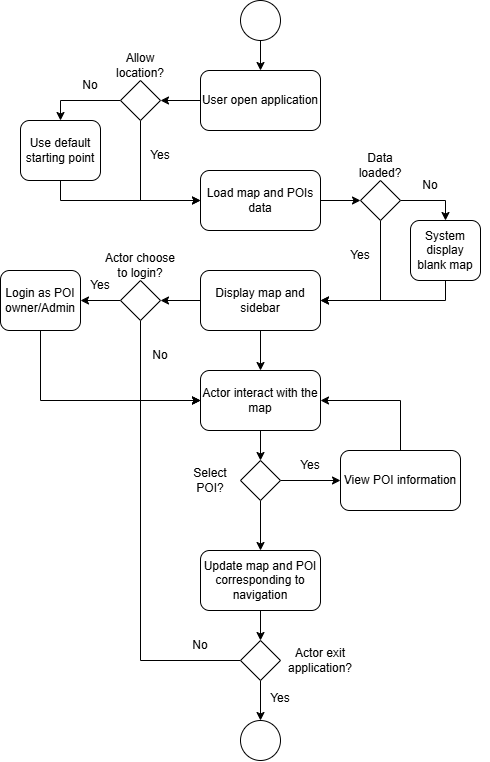
The draw.io diagram PRD/User story/Diagrams/UC2_Activity.png in Noir-Goose/Nhom5_CNPM, before a commit. Source tidied: cells renumbered, new cells last; positions are measured from the earlier drawing's top-left corner, leaving out a move shared by most shapes.
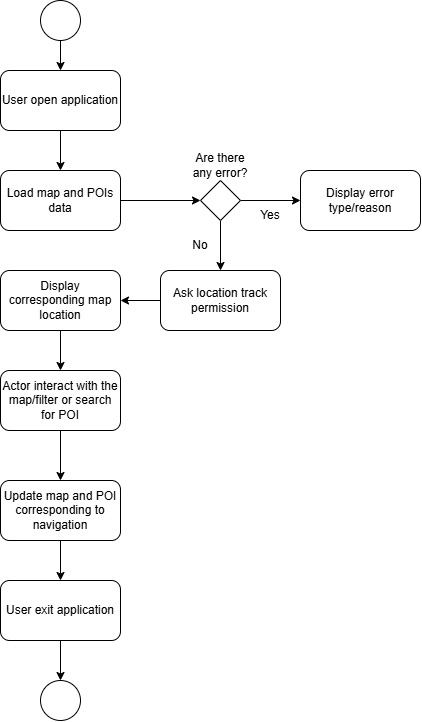
The same file after the commit.

The edit, as a diff of the source:
```diff
@@ -9,162 +9,76 @@
       <mxGeometry x="240" width="40" height="40" as="geometry" />
     </mxCell>
     <mxCell id="4" style="ellipse;whiteSpace=wrap;html=1;shapeInside=1;" parent="1" vertex="1">
-      <mxGeometry x="240" y="720" width="40" height="40" as="geometry" />
+      <mxGeometry x="240" y="680" width="40" height="40" as="geometry" />
     </mxCell>
-    <mxCell id="5" style="edgeStyle=orthogonalEdgeStyle;rounded=0;jettySize=auto;html=1;exitX=0;exitY=0.5;exitDx=0;exitDy=0;entryX=1;entryY=0.5;entryDx=0;entryDy=0;" parent="1" edge="1" source="6" target="9">
-      <mxGeometry relative="1" as="geometry" />
-    </mxCell>
+    <mxCell id="54" style="edgeStyle=orthogonalEdgeStyle;rounded=0;jettySize=auto;html=1;exitX=0.5;exitY=1;exitDx=0;exitDy=0;entryX=0.5;entryY=0;entryDx=0;entryDy=0;" parent="1" edge="1" source="6" target="21">
+      <mxGeometry relative="1" as="geometry" />
+    </mxCell>
     <mxCell id="6" value="User open application" style="rounded=1;whiteSpace=wrap;html=1;roundedPerimeter=1;" parent="1" vertex="1">
       <mxGeometry x="200" y="70" width="120" height="60" as="geometry" />
     </mxCell>
-    <mxCell id="7" style="edgeStyle=orthogonalEdgeStyle;rounded=0;jettySize=auto;html=1;exitX=0.5;exitY=1;exitDx=0;exitDy=0;entryX=0;entryY=0.5;entryDx=0;entryDy=0;" parent="1" edge="1" source="9" target="21">
-      <mxGeometry relative="1" as="geometry" />
-    </mxCell>
-    <mxCell id="8" style="edgeStyle=orthogonalEdgeStyle;rounded=0;jettySize=auto;html=1;exitX=0;exitY=0.5;exitDx=0;exitDy=0;entryX=0.5;entryY=0;entryDx=0;entryDy=0;" parent="1" edge="1" source="9" target="52">
-      <mxGeometry relative="1" as="geometry" />
-    </mxCell>
-    <mxCell id="9" style="rhombus;whiteSpace=wrap;html=1;shapeInside=1;" parent="1" vertex="1">
-      <mxGeometry x="120" y="80" width="40" height="40" as="geometry" />
-    </mxCell>
-    <mxCell id="10" style="edgeStyle=orthogonalEdgeStyle;rounded=0;jettySize=auto;html=1;exitX=0.5;exitY=1;exitDx=0;exitDy=0;entryX=1;entryY=0.5;entryDx=0;entryDy=0;" parent="1" edge="1" source="12" target="24">
-      <mxGeometry relative="1" as="geometry" />
-    </mxCell>
-    <mxCell id="11" style="edgeStyle=orthogonalEdgeStyle;rounded=0;jettySize=auto;html=1;exitX=1;exitY=0.5;exitDx=0;exitDy=0;entryX=0.5;entryY=0;entryDx=0;entryDy=0;" parent="1" edge="1" source="12" target="50">
-      <mxGeometry relative="1" as="geometry" />
-    </mxCell>
-    <mxCell id="12" style="rhombus;whiteSpace=wrap;html=1;shapeInside=1;" parent="1" vertex="1">
-      <mxGeometry x="360" y="180" width="40" height="40" as="geometry" />
-    </mxCell>
-    <mxCell id="13" style="edgeStyle=orthogonalEdgeStyle;rounded=0;jettySize=auto;html=1;exitX=1;exitY=0.5;exitDx=0;exitDy=0;entryX=0;entryY=0.5;entryDx=0;entryDy=0;" parent="1" edge="1" source="15" target="31">
-      <mxGeometry relative="1" as="geometry" />
-    </mxCell>
-    <mxCell id="14" style="edgeStyle=orthogonalEdgeStyle;rounded=0;jettySize=auto;html=1;exitX=0.5;exitY=1;exitDx=0;exitDy=0;entryX=0.5;entryY=0;entryDx=0;entryDy=0;" parent="1" edge="1" source="15" target="33">
-      <mxGeometry relative="1" as="geometry" />
-    </mxCell>
-    <mxCell id="15" style="rhombus;whiteSpace=wrap;html=1;shapeInside=1;" parent="1" vertex="1">
-      <mxGeometry x="240" y="460" width="40" height="40" as="geometry" />
-    </mxCell>
-    <mxCell id="16" style="edgeStyle=orthogonalEdgeStyle;rounded=0;jettySize=auto;html=1;exitX=0.5;exitY=1;exitDx=0;exitDy=0;entryX=0;entryY=0.5;entryDx=0;entryDy=0;" parent="1" edge="1" source="18" target="28">
-      <mxGeometry relative="1" as="geometry" />
-    </mxCell>
-    <mxCell id="17" style="edgeStyle=orthogonalEdgeStyle;rounded=0;jettySize=auto;html=1;exitX=0;exitY=0.5;exitDx=0;exitDy=0;entryX=1;entryY=0.5;entryDx=0;entryDy=0;" parent="1" edge="1" source="18" target="40">
-      <mxGeometry relative="1" as="geometry" />
-    </mxCell>
-    <mxCell id="18" style="rhombus;whiteSpace=wrap;html=1;shapeInside=1;" parent="1" vertex="1">
-      <mxGeometry x="120" y="280" width="40" height="40" as="geometry" />
-    </mxCell>
-    <mxCell id="19" value="Allow location?" style="text;html=1;whiteSpace=wrap;strokeColor=none;fillColor=none;align=center;verticalAlign=middle;rounded=0;" parent="1" vertex="1">
-      <mxGeometry x="110" y="50" width="60" height="30" as="geometry" />
-    </mxCell>
-    <mxCell id="20" style="edgeStyle=orthogonalEdgeStyle;rounded=0;jettySize=auto;html=1;exitX=1;exitY=0.5;exitDx=0;exitDy=0;entryX=0;entryY=0.5;entryDx=0;entryDy=0;" parent="1" edge="1" source="21" target="12">
-      <mxGeometry relative="1" as="geometry" />
-    </mxCell>
+    <mxCell id="55" style="edgeStyle=orthogonalEdgeStyle;rounded=0;jettySize=auto;html=1;exitX=1;exitY=0.5;exitDx=0;exitDy=0;entryX=0;entryY=0.5;entryDx=0;entryDy=0;" parent="1" edge="1" source="21" target="61">
+      <mxGeometry relative="1" as="geometry" />
+    </mxCell>
     <mxCell id="21" value="Load map and POIs data" style="rounded=1;whiteSpace=wrap;html=1;roundedPerimeter=1;" parent="1" vertex="1">
       <mxGeometry x="200" y="170" width="120" height="60" as="geometry" />
     </mxCell>
     <mxCell id="22" style="edgeStyle=orthogonalEdgeStyle;rounded=0;jettySize=auto;html=1;exitX=0.5;exitY=1;exitDx=0;exitDy=0;entryX=0.5;entryY=0;entryDx=0;entryDy=0;" parent="1" edge="1" source="24" target="28">
       <mxGeometry relative="1" as="geometry" />
     </mxCell>
-    <mxCell id="23" style="edgeStyle=orthogonalEdgeStyle;rounded=0;jettySize=auto;html=1;exitX=0;exitY=0.5;exitDx=0;exitDy=0;entryX=1;entryY=0.5;entryDx=0;entryDy=0;" parent="1" edge="1" source="24" target="18">
-      <mxGeometry relative="1" as="geometry" />
-    </mxCell>
-    <mxCell id="24" value="Display map and sidebar" style="rounded=1;whiteSpace=wrap;html=1;roundedPerimeter=1;" parent="1" vertex="1">
+    <mxCell id="24" value="Display corresponding map location" style="rounded=1;whiteSpace=wrap;html=1;roundedPerimeter=1;" parent="1" vertex="1">
       <mxGeometry x="200" y="270" width="120" height="60" as="geometry" />
     </mxCell>
-    <mxCell id="25" value="Data loaded?" style="text;html=1;whiteSpace=wrap;strokeColor=none;fillColor=none;align=center;verticalAlign=middle;rounded=0;" parent="1" vertex="1">
-      <mxGeometry x="350" y="150" width="60" height="30" as="geometry" />
-    </mxCell>
     <mxCell id="26" style="edgeStyle=orthogonalEdgeStyle;rounded=0;orthogonalLoop=1;jettySize=auto;html=1;innerLoopWaypoints=1;exitX=0.5;exitY=1;exitDx=0;exitDy=0;" parent="1" edge="1">
       <mxGeometry relative="1" as="geometry">
         <mxPoint x="480" y="350" as="sourcePoint" />
         <mxPoint x="480" y="350" as="targetPoint" />
       </mxGeometry>
     </mxCell>
-    <mxCell id="27" style="edgeStyle=orthogonalEdgeStyle;rounded=0;jettySize=auto;html=1;exitX=0.5;exitY=1;exitDx=0;exitDy=0;entryX=0.5;entryY=0;entryDx=0;entryDy=0;" parent="1" edge="1" source="28" target="15">
+    <mxCell id="27" style="edgeStyle=orthogonalEdgeStyle;rounded=0;jettySize=auto;html=1;exitX=0.5;exitY=1;exitDx=0;exitDy=0;entryX=0.5;entryY=0;entryDx=0;entryDy=0;" parent="1" edge="1" source="28" target="33">
       <mxGeometry relative="1" as="geometry" />
     </mxCell>
-    <mxCell id="28" value="Actor interact with the map" style="rounded=1;whiteSpace=wrap;html=1;roundedPerimeter=1;" parent="1" vertex="1">
+    <mxCell id="28" value="Actor interact with the map/filter or search for POI" style="rounded=1;whiteSpace=wrap;html=1;roundedPerimeter=1;" parent="1" vertex="1">
       <mxGeometry x="200" y="370" width="120" height="60" as="geometry" />
     </mxCell>
-    <mxCell id="29" value="Select POI?" style="text;html=1;whiteSpace=wrap;strokeColor=none;fillColor=none;align=center;verticalAlign=middle;rounded=0;" parent="1" vertex="1">
-      <mxGeometry x="180" y="465" width="60" height="30" as="geometry" />
-    </mxCell>
-    <mxCell id="30" style="edgeStyle=orthogonalEdgeStyle;rounded=0;jettySize=auto;html=1;exitX=0.5;exitY=0;exitDx=0;exitDy=0;entryX=1;entryY=0.5;entryDx=0;entryDy=0;" parent="1" edge="1" source="31" target="28">
-      <mxGeometry relative="1" as="geometry" />
-    </mxCell>
-    <mxCell id="31" value="View POI information" style="rounded=1;whiteSpace=wrap;html=1;roundedPerimeter=1;" parent="1" vertex="1">
-      <mxGeometry x="340" y="450" width="120" height="60" as="geometry" />
-    </mxCell>
-    <mxCell id="32" style="edgeStyle=orthogonalEdgeStyle;rounded=0;jettySize=auto;html=1;exitX=0.5;exitY=1;exitDx=0;exitDy=0;entryX=0.5;entryY=0;entryDx=0;entryDy=0;" parent="1" edge="1" source="33" target="36">
-      <mxGeometry relative="1" as="geometry" />
+    <mxCell id="32" style="edgeStyle=orthogonalEdgeStyle;rounded=0;jettySize=auto;html=1;exitX=0.5;exitY=1;exitDx=0;exitDy=0;" parent="1" edge="1" source="33" target="56">
+      <mxGeometry x="-0.5" relative="1" as="geometry" />
     </mxCell>
     <mxCell id="33" value="Update map and POI corresponding to navigation" style="rounded=1;whiteSpace=wrap;html=1;roundedPerimeter=1;" parent="1" vertex="1">
-      <mxGeometry x="200" y="550" width="120" height="60" as="geometry" />
+      <mxGeometry x="200" y="480" width="120" height="60" as="geometry" />
     </mxCell>
-    <mxCell id="34" style="edgeStyle=orthogonalEdgeStyle;rounded=0;jettySize=auto;html=1;exitX=0.5;exitY=1;exitDx=0;exitDy=0;entryX=0.5;entryY=0;entryDx=0;entryDy=0;" parent="1" edge="1" source="36" target="4">
+    <mxCell id="34" style="edgeStyle=orthogonalEdgeStyle;rounded=0;jettySize=auto;html=1;exitX=0.5;exitY=1;exitDx=0;exitDy=0;entryX=0.5;entryY=0;entryDx=0;entryDy=0;" parent="1" edge="1" source="56" target="4">
       <mxGeometry relative="1" as="geometry" />
     </mxCell>
-    <mxCell id="35" style="edgeStyle=orthogonalEdgeStyle;rounded=0;jettySize=auto;html=1;exitX=0;exitY=0.5;exitDx=0;exitDy=0;entryX=0;entryY=0.5;entryDx=0;entryDy=0;" parent="1" edge="1" source="36" target="28">
-      <mxGeometry relative="1" as="geometry">
-        <Array as="points">
-          <mxPoint x="140" y="660" />
-          <mxPoint x="140" y="400" />
-        </Array>
-      </mxGeometry>
-    </mxCell>
-    <mxCell id="36" style="rhombus;whiteSpace=wrap;html=1;shapeInside=1;" parent="1" vertex="1">
-      <mxGeometry x="240" y="640" width="40" height="40" as="geometry" />
-    </mxCell>
-    <mxCell id="37" value="Actor exit application?" style="text;html=1;whiteSpace=wrap;strokeColor=none;fillColor=none;align=center;verticalAlign=middle;rounded=0;" parent="1" vertex="1">
-      <mxGeometry x="290" y="645" width="60" height="30" as="geometry" />
-    </mxCell>
-    <mxCell id="38" value="Actor choose to login?" style="text;html=1;whiteSpace=wrap;strokeColor=none;fillColor=none;align=center;verticalAlign=middle;rounded=0;" parent="1" vertex="1">
-      <mxGeometry x="100" y="250" width="80" height="30" as="geometry" />
-    </mxCell>
-    <mxCell id="39" style="edgeStyle=orthogonalEdgeStyle;rounded=0;jettySize=auto;html=1;exitX=0.5;exitY=1;exitDx=0;exitDy=0;entryX=0;entryY=0.5;entryDx=0;entryDy=0;" parent="1" edge="1" source="40" target="28">
-      <mxGeometry relative="1" as="geometry" />
-    </mxCell>
-    <mxCell id="40" value="Login as POI owner/Admin" style="rounded=1;whiteSpace=wrap;html=1;roundedPerimeter=1;" parent="1" vertex="1">
-      <mxGeometry y="270" width="80" height="60" as="geometry" />
-    </mxCell>
-    <mxCell id="41" value="Yes" style="text;html=1;whiteSpace=wrap;strokeColor=none;fillColor=none;align=center;verticalAlign=middle;rounded=0;" parent="1" vertex="1">
-      <mxGeometry x="130" y="140" width="60" height="30" as="geometry" />
-    </mxCell>
-    <mxCell id="42" value="Yes" style="text;html=1;whiteSpace=wrap;strokeColor=none;fillColor=none;align=center;verticalAlign=middle;rounded=0;" parent="1" vertex="1">
-      <mxGeometry x="330" y="240" width="60" height="30" as="geometry" />
-    </mxCell>
-    <mxCell id="43" value="Yes" style="text;html=1;whiteSpace=wrap;strokeColor=none;fillColor=none;align=center;verticalAlign=middle;rounded=0;" parent="1" vertex="1">
-      <mxGeometry x="70" y="270" width="60" height="30" as="geometry" />
-    </mxCell>
-    <mxCell id="44" value="Yes" style="text;html=1;whiteSpace=wrap;strokeColor=none;fillColor=none;align=center;verticalAlign=middle;rounded=0;" parent="1" vertex="1">
-      <mxGeometry x="280" y="450" width="60" height="30" as="geometry" />
-    </mxCell>
-    <mxCell id="45" value="Yes" style="text;html=1;whiteSpace=wrap;strokeColor=none;fillColor=none;align=center;verticalAlign=middle;rounded=0;" parent="1" vertex="1">
-      <mxGeometry x="250" y="683" width="60" height="30" as="geometry" />
-    </mxCell>
-    <mxCell id="46" value="No" style="text;html=1;whiteSpace=wrap;strokeColor=none;fillColor=none;align=center;verticalAlign=middle;rounded=0;" parent="1" vertex="1">
-      <mxGeometry x="130" y="340" width="60" height="30" as="geometry" />
-    </mxCell>
-    <mxCell id="47" value="No" style="text;html=1;whiteSpace=wrap;strokeColor=none;fillColor=none;align=center;verticalAlign=middle;rounded=0;" parent="1" vertex="1">
-      <mxGeometry x="400" y="170" width="60" height="30" as="geometry" />
-    </mxCell>
-    <mxCell id="48" value="No" style="text;html=1;whiteSpace=wrap;strokeColor=none;fillColor=none;align=center;verticalAlign=middle;rounded=0;" parent="1" vertex="1">
-      <mxGeometry x="60" y="70" width="60" height="30" as="geometry" />
-    </mxCell>
-    <mxCell id="49" style="edgeStyle=orthogonalEdgeStyle;rounded=0;jettySize=auto;html=1;exitX=0.5;exitY=1;exitDx=0;exitDy=0;entryX=1;entryY=0.5;entryDx=0;entryDy=0;" parent="1" edge="1" source="50" target="24">
-      <mxGeometry relative="1" as="geometry" />
-    </mxCell>
-    <mxCell id="50" value="System display blank map" style="rounded=1;whiteSpace=wrap;html=1;roundedPerimeter=1;" parent="1" vertex="1">
-      <mxGeometry x="410" y="220" width="70" height="60" as="geometry" />
-    </mxCell>
-    <mxCell id="51" style="edgeStyle=orthogonalEdgeStyle;rounded=0;jettySize=auto;html=1;exitX=0.5;exitY=1;exitDx=0;exitDy=0;entryX=0;entryY=0.5;entryDx=0;entryDy=0;" parent="1" edge="1" source="52" target="21">
-      <mxGeometry relative="1" as="geometry" />
-    </mxCell>
-    <mxCell id="52" value="Use default starting point" style="rounded=1;whiteSpace=wrap;html=1;roundedPerimeter=1;" parent="1" vertex="1">
-      <mxGeometry x="20" y="120" width="80" height="60" as="geometry" />
-    </mxCell>
-    <mxCell id="53" value="No" style="text;html=1;whiteSpace=wrap;strokeColor=none;fillColor=none;align=center;verticalAlign=middle;rounded=0;" parent="1" vertex="1">
-      <mxGeometry x="170" y="630" width="60" height="30" as="geometry" />
-    </mxCell>
+    <mxCell id="56" value="User exit application" style="rounded=1;whiteSpace=wrap;html=1;roundedPerimeter=1;" parent="1" vertex="1">
+      <mxGeometry x="200" y="580" width="120" height="60" as="geometry" />
+    </mxCell>
+    <mxCell id="57" style="edgeStyle=orthogonalEdgeStyle;rounded=0;jettySize=auto;html=1;exitX=0;exitY=0.5;exitDx=0;exitDy=0;entryX=1;entryY=0.5;entryDx=0;entryDy=0;" parent="1" edge="1" source="58" target="24">
+      <mxGeometry relative="1" as="geometry" />
+    </mxCell>
+    <mxCell id="58" value="Ask location track permission" style="rounded=1;whiteSpace=wrap;html=1;roundedPerimeter=1;" parent="1" vertex="1">
+      <mxGeometry x="360" y="270" width="120" height="60" as="geometry" />
+    </mxCell>
+    <mxCell id="59" style="edgeStyle=orthogonalEdgeStyle;rounded=0;jettySize=auto;html=1;exitX=0.5;exitY=1;exitDx=0;exitDy=0;entryX=0.5;entryY=0;entryDx=0;entryDy=0;" parent="1" edge="1" source="61" target="58">
+      <mxGeometry relative="1" as="geometry" />
+    </mxCell>
+    <mxCell id="60" style="edgeStyle=orthogonalEdgeStyle;rounded=0;jettySize=auto;html=1;exitX=1;exitY=0.5;exitDx=0;exitDy=0;entryX=0;entryY=0.5;entryDx=0;entryDy=0;" parent="1" edge="1" source="61" target="63">
+      <mxGeometry relative="1" as="geometry" />
+    </mxCell>
+    <mxCell id="61" style="rhombus;whiteSpace=wrap;html=1;shapeInside=1;" parent="1" vertex="1">
+      <mxGeometry x="400" y="180" width="40" height="40" as="geometry" />
+    </mxCell>
+    <mxCell id="62" value="Are there any error?" style="text;html=1;whiteSpace=wrap;strokeColor=none;fillColor=none;align=center;verticalAlign=middle;rounded=0;" parent="1" vertex="1">
+      <mxGeometry x="390" y="150" width="60" height="30" as="geometry" />
+    </mxCell>
+    <mxCell id="63" value="Display error type/reason" style="rounded=1;whiteSpace=wrap;html=1;roundedPerimeter=1;" parent="1" vertex="1">
+      <mxGeometry x="500" y="170" width="120" height="60" as="geometry" />
+    </mxCell>
+    <mxCell id="64" value="Yes" style="text;html=1;whiteSpace=wrap;strokeColor=none;fillColor=none;align=center;verticalAlign=middle;rounded=0;" parent="1" vertex="1">
+      <mxGeometry x="440" y="200" width="60" height="30" as="geometry" />
+    </mxCell>
+    <mxCell id="65" value="No" style="text;html=1;whiteSpace=wrap;strokeColor=none;fillColor=none;align=center;verticalAlign=middle;rounded=0;" parent="1" vertex="1">
+      <mxGeometry x="370" y="230" width="60" height="30" as="geometry" />
+    </mxCell>
   </root>
 </mxGraphModel>
```
